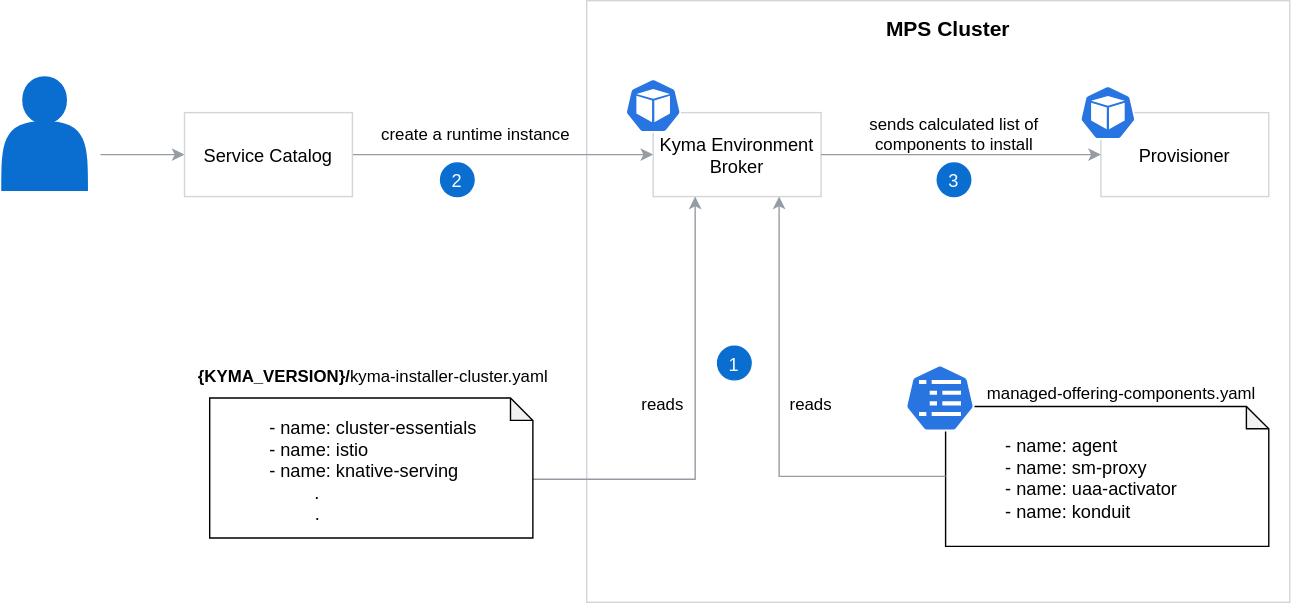
Earlier version of the draw.io export docs/kyma-environment-broker/assets/runtime-components.svg (kyma-incubator/compass). Source tidied: cells renumbered, new cells last; positions are measured from the earlier drawing's top-left corner, leaving out a move shared by most shapes. Its diagram source:
```xml
<mxGraphModel background="#ffffff">
  <root>
    <mxCell id="0" />
    <mxCell id="1" parent="0" />
    <mxCell id="2" style="rounded=0;whiteSpace=wrap;html=1;strokeColor=#D2D5D9;strokeWidth=1;fillColor=#ffffff;" parent="1" vertex="1">
      <mxGeometry x="417.5" width="502.5" height="430" as="geometry" />
    </mxCell>
    <mxCell id="3" style="edgeStyle=orthogonalEdgeStyle;rounded=0;jettySize=auto;html=1;strokeColor=#959CA4;" parent="1" edge="1" target="7">
      <mxGeometry relative="1" as="geometry">
        <mxPoint x="70" y="110" as="sourcePoint" />
      </mxGeometry>
    </mxCell>
    <mxCell id="4" style="shape=actor;whiteSpace=wrap;html=1;strokeColor=#0A6ED1;strokeWidth=2;fillColor=#0A6ED1;" parent="1" vertex="1">
      <mxGeometry y="55" width="60" height="80" as="geometry" />
    </mxCell>
    <mxCell id="5" value="&lt;font size=&quot;1&quot;&gt;&lt;span style=&quot;font-size: 15px&quot;&gt;&lt;b&gt;MPS Cluster&lt;/b&gt;&lt;/span&gt;&lt;/font&gt;" style="text;html=1;strokeColor=none;fillColor=none;align=center;verticalAlign=middle;whiteSpace=wrap;rounded=0;" parent="1" vertex="1">
      <mxGeometry x="625" y="10" width="100" height="20" as="geometry" />
    </mxCell>
    <mxCell id="6" style="edgeStyle=orthogonalEdgeStyle;rounded=0;jettySize=auto;html=1;exitX=1;exitY=0.5;exitDx=0;exitDy=0;entryX=0;entryY=0.5;entryDx=0;entryDy=0;strokeColor=#959CA4;" parent="1" edge="1" source="7" target="18">
      <mxGeometry relative="1" as="geometry" />
    </mxCell>
    <mxCell id="7" value="&lt;span style=&quot;font-size: 13px&quot;&gt;Service Catalog&lt;/span&gt;" style="rounded=0;whiteSpace=wrap;html=1;strokeColor=#D2D5D9;strokeWidth=1;fillColor=#ffffff;" parent="1" vertex="1">
      <mxGeometry x="130" y="80" width="120" height="60" as="geometry" />
    </mxCell>
    <mxCell id="8" style="group;" parent="1" vertex="1">
      <mxGeometry x="645" y="260" width="260" height="170" as="geometry" />
    </mxCell>
    <mxCell id="9" style="group;" parent="8" vertex="1">
      <mxGeometry width="260" height="170" as="geometry" />
    </mxCell>
    <mxCell id="10" value="&lt;blockquote style=&quot;margin: 0 0 0 40px ; border: none ; padding: 0px&quot;&gt;&lt;span style=&quot;font-size: 13px&quot;&gt;- name: agent&lt;br&gt;&lt;/span&gt;&lt;span style=&quot;font-size: 13px&quot;&gt;- name: sm-proxy&lt;br&gt;&lt;/span&gt;&lt;span style=&quot;font-size: 13px&quot;&gt;- name: uaa-activator&lt;br&gt;&lt;/span&gt;&lt;span style=&quot;font-size: 13px&quot;&gt;- name: konduit&lt;/span&gt;&lt;/blockquote&gt;" style="shape=note;whiteSpace=wrap;html=1;backgroundOutline=1;darkOpacity=0.05;size=16;align=left;" parent="9" vertex="1">
      <mxGeometry x="29" y="30" width="231" height="100" as="geometry" />
    </mxCell>
    <mxCell id="11" style="html=1;dashed=0;whitespace=wrap;fillColor=#2875E2;strokeColor=#ffffff;shape=mxgraph.kubernetes.icon;prIcon=cm;" parent="9" vertex="1">
      <mxGeometry width="50" height="48" as="geometry" />
    </mxCell>
    <mxCell id="12" value="managed-offering-components.yaml" style="text;html=1;align=center;verticalAlign=middle;" parent="9" vertex="1">
      <mxGeometry x="50" y="10" width="210" height="20" as="geometry" />
    </mxCell>
    <mxCell id="13" value="reads" style="text;html=1;align=center;verticalAlign=middle;" parent="1" vertex="1">
      <mxGeometry x="553" y="278" width="50" height="20" as="geometry" />
    </mxCell>
    <mxCell id="14" style="group;" parent="1" vertex="1">
      <mxGeometry x="770" y="60" width="135" height="80" as="geometry" />
    </mxCell>
    <mxCell id="15" value="&lt;span style=&quot;font-size: 13px&quot;&gt;Provisioner&lt;/span&gt;" style="rounded=0;whiteSpace=wrap;html=1;strokeColor=#D2D5D9;strokeWidth=1;fillColor=#ffffff;" parent="14" vertex="1">
      <mxGeometry x="15" y="20" width="120" height="60" as="geometry" />
    </mxCell>
    <mxCell id="16" style="html=1;dashed=0;whitespace=wrap;fillColor=#2875E2;strokeColor=#ffffff;shape=mxgraph.kubernetes.icon;prIcon=pod;" parent="14" vertex="1">
      <mxGeometry width="40" height="40" as="geometry" />
    </mxCell>
    <mxCell id="17" style="group;" parent="1" vertex="1">
      <mxGeometry x="445" y="55" width="140" height="85" as="geometry" />
    </mxCell>
    <mxCell id="18" value="&lt;span style=&quot;font-size: 13px&quot;&gt;Kyma Environment Broker&lt;/span&gt;" style="rounded=0;whiteSpace=wrap;html=1;strokeColor=#D2D5D9;strokeWidth=1;fillColor=#ffffff;" parent="17" vertex="1">
      <mxGeometry x="20" y="25" width="120" height="60" as="geometry" />
    </mxCell>
    <mxCell id="19" style="html=1;dashed=0;whitespace=wrap;fillColor=#2875E2;strokeColor=#ffffff;shape=mxgraph.kubernetes.icon;prIcon=pod;" parent="17" vertex="1">
      <mxGeometry width="40" height="40" as="geometry" />
    </mxCell>
    <mxCell id="20" style="edgeStyle=orthogonalEdgeStyle;rounded=0;jettySize=auto;html=1;exitX=1;exitY=0.5;exitDx=0;exitDy=0;entryX=0;entryY=0.5;entryDx=0;entryDy=0;strokeColor=#959CA4;" parent="1" edge="1" source="18" target="15">
      <mxGeometry relative="1" as="geometry" />
    </mxCell>
    <mxCell id="21" value="sends calculated list of &lt;br&gt;components to install" style="text;html=1;align=center;verticalAlign=middle;" parent="1" vertex="1">
      <mxGeometry x="610" y="80" width="140" height="30" as="geometry" />
    </mxCell>
    <mxCell id="22" style="edgeStyle=orthogonalEdgeStyle;rounded=0;jettySize=auto;html=1;exitX=0;exitY=0;exitDx=231;exitDy=58;exitPerimeter=0;entryX=0.25;entryY=1;entryDx=0;entryDy=0;strokeColor=#959CA4;" parent="1" edge="1" source="23" target="18">
      <mxGeometry relative="1" as="geometry" />
    </mxCell>
    <mxCell id="23" value="&lt;blockquote style=&quot;margin: 0 0 0 40px ; border: none ; padding: 0px&quot;&gt;&lt;span style=&quot;font-size: 13px&quot;&gt;- name: cluster-essentials&lt;/span&gt;&lt;br&gt;&lt;span style=&quot;font-size: 13px&quot;&gt;- name: istio&lt;/span&gt;&lt;br&gt;&lt;span style=&quot;font-size: 13px&quot;&gt;- name: knative-serving&lt;/span&gt;&lt;/blockquote&gt;&lt;span style=&quot;font-size: 13px&quot;&gt;&amp;nbsp; &amp;nbsp; &amp;nbsp; &amp;nbsp; &amp;nbsp; &amp;nbsp; &amp;nbsp; &amp;nbsp; &amp;nbsp; &amp;nbsp; .&lt;/span&gt;&lt;br&gt;&lt;blockquote style=&quot;margin: 0 0 0 40px ; border: none ; padding: 0px&quot;&gt;&lt;span style=&quot;font-size: 13px&quot;&gt;&amp;nbsp; &amp;nbsp; &amp;nbsp; &amp;nbsp; &amp;nbsp;.&lt;/span&gt;&lt;/blockquote&gt;" style="shape=note;whiteSpace=wrap;html=1;backgroundOutline=1;darkOpacity=0.05;size=16;align=left;" parent="1" vertex="1">
      <mxGeometry x="148" y="284" width="231" height="100" as="geometry" />
    </mxCell>
    <mxCell id="24" value="&lt;b&gt;{KYMA_VERSION}/&lt;/b&gt;kyma-installer-cluster.yaml" style="text;html=1;align=center;verticalAlign=middle;" parent="1" vertex="1">
      <mxGeometry x="130" y="258" width="270" height="20" as="geometry" />
    </mxCell>
    <mxCell id="25" value="reads" style="text;html=1;align=center;verticalAlign=middle;" parent="1" vertex="1">
      <mxGeometry x="447" y="278" width="50" height="20" as="geometry" />
    </mxCell>
    <mxCell id="26" value="create a runtime instance" style="text;html=1;align=center;verticalAlign=middle;" parent="1" vertex="1">
      <mxGeometry x="265.5" y="86" width="145" height="18" as="geometry" />
    </mxCell>
    <mxCell id="27" value="&lt;div style=&quot;text-align: center&quot;&gt;&lt;span style=&quot;color: rgb(255 , 255 , 255)&quot;&gt;&lt;font style=&quot;font-size: 13px&quot;&gt;2&lt;/font&gt;&lt;/span&gt;&lt;/div&gt;" style="ellipse;whiteSpace=wrap;html=1;strokeColor=#0A6ED1;strokeWidth=1;fillColor=#0A6ED1;" parent="1" vertex="1">
      <mxGeometry x="313" y="116" width="24" height="24" as="geometry" />
    </mxCell>
    <mxCell id="28" value="&lt;div style=&quot;text-align: center&quot;&gt;&lt;span style=&quot;color: rgb(255 , 255 , 255)&quot;&gt;&lt;font style=&quot;font-size: 13px&quot;&gt;3&lt;/font&gt;&lt;/span&gt;&lt;/div&gt;" style="ellipse;whiteSpace=wrap;html=1;strokeColor=#0A6ED1;strokeWidth=1;fillColor=#0A6ED1;" parent="1" vertex="1">
      <mxGeometry x="668" y="116" width="24" height="24" as="geometry" />
    </mxCell>
    <mxCell id="29" value="&lt;div style=&quot;text-align: center&quot;&gt;&lt;span style=&quot;color: rgb(255 , 255 , 255)&quot;&gt;&lt;font style=&quot;font-size: 13px&quot;&gt;1&lt;/font&gt;&lt;/span&gt;&lt;/div&gt;" style="ellipse;whiteSpace=wrap;html=1;strokeColor=#0A6ED1;strokeWidth=1;fillColor=#0A6ED1;" parent="1" vertex="1">
      <mxGeometry x="511" y="247" width="24" height="24" as="geometry" />
    </mxCell>
    <mxCell id="30" style="edgeStyle=orthogonalEdgeStyle;rounded=0;jettySize=auto;html=1;exitX=0;exitY=0.5;exitDx=0;exitDy=0;exitPerimeter=0;entryX=0.75;entryY=1;entryDx=0;entryDy=0;strokeColor=#959CA4;" parent="1" edge="1" source="10" target="18">
      <mxGeometry relative="1" as="geometry" />
    </mxCell>
  </root>
</mxGraphModel>
```
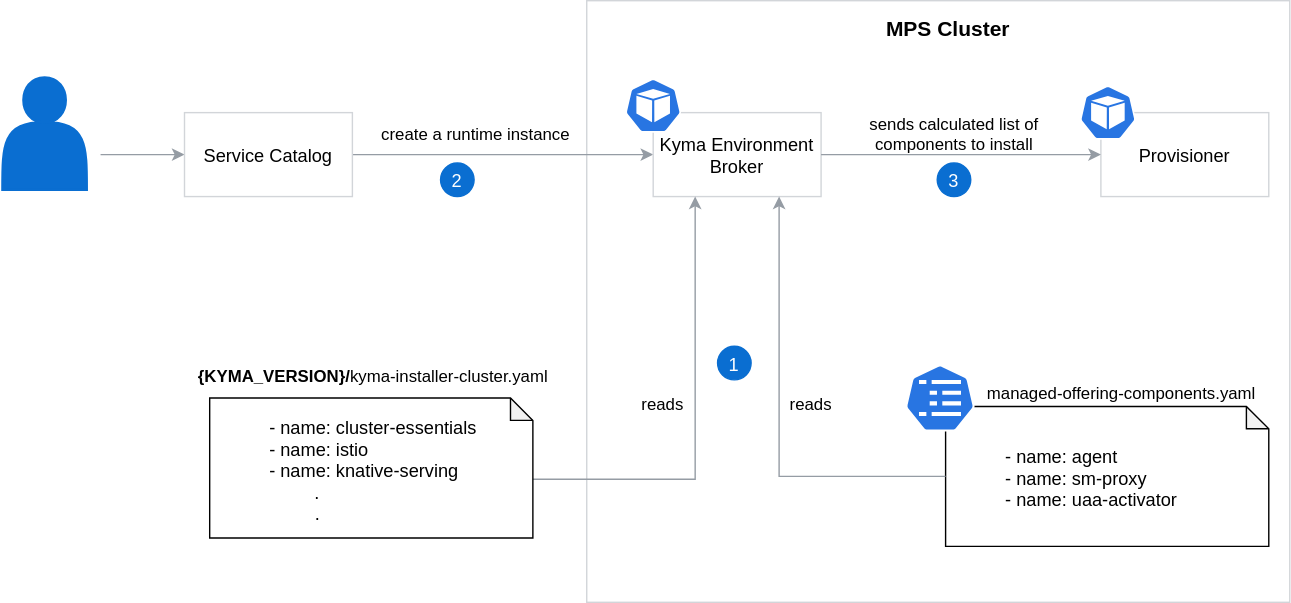
After the change.

What changed in the source:
```diff
@@ -28,7 +28,7 @@
     <mxCell id="9" style="group;" parent="8" vertex="1">
       <mxGeometry width="260" height="170" as="geometry" />
     </mxCell>
-    <mxCell id="10" value="&lt;blockquote style=&quot;margin: 0 0 0 40px ; border: none ; padding: 0px&quot;&gt;&lt;span style=&quot;font-size: 13px&quot;&gt;- name: agent&lt;br&gt;&lt;/span&gt;&lt;span style=&quot;font-size: 13px&quot;&gt;- name: sm-proxy&lt;br&gt;&lt;/span&gt;&lt;span style=&quot;font-size: 13px&quot;&gt;- name: uaa-activator&lt;br&gt;&lt;/span&gt;&lt;span style=&quot;font-size: 13px&quot;&gt;- name: konduit&lt;/span&gt;&lt;/blockquote&gt;" style="shape=note;whiteSpace=wrap;html=1;backgroundOutline=1;darkOpacity=0.05;size=16;align=left;" parent="9" vertex="1">
+    <mxCell id="10" value="&lt;blockquote style=&quot;margin: 0 0 0 40px ; border: none ; padding: 0px&quot;&gt;&lt;span style=&quot;font-size: 13px&quot;&gt;- name: agent&lt;br&gt;&lt;/span&gt;&lt;span style=&quot;font-size: 13px&quot;&gt;- name: sm-proxy&lt;br&gt;&lt;/span&gt;&lt;span style=&quot;font-size: 13px&quot;&gt;- name: uaa-activator&lt;/span&gt;&lt;br&gt;&lt;/blockquote&gt;" style="shape=note;whiteSpace=wrap;html=1;backgroundOutline=1;darkOpacity=0.05;size=16;align=left;" parent="9" vertex="1">
       <mxGeometry x="29" y="30" width="231" height="100" as="geometry" />
     </mxCell>
     <mxCell id="11" style="html=1;dashed=0;whitespace=wrap;fillColor=#2875E2;strokeColor=#ffffff;shape=mxgraph.kubernetes.icon;prIcon=cm;" parent="9" vertex="1">
```
